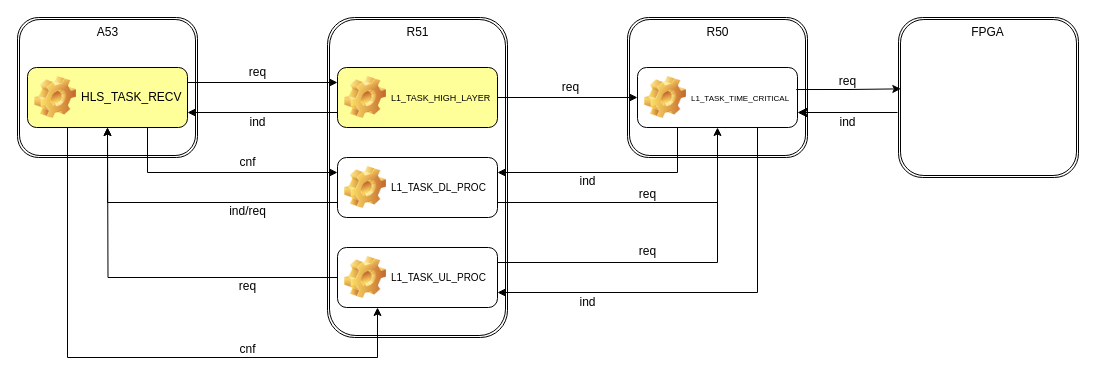
This is page "第 4 页" (4 of 14) of 1.drawio from wubobupt/drawio, a draw.io file, before an edit. Source tidied: cells renumbered, new cells numbered last; positions are measured from the earlier drawing's top-left corner, leaving out a move shared by most shapes. Both pictures are drawn from the tidied source at 100%, with x=0, y=0 at pixel (17, 17).
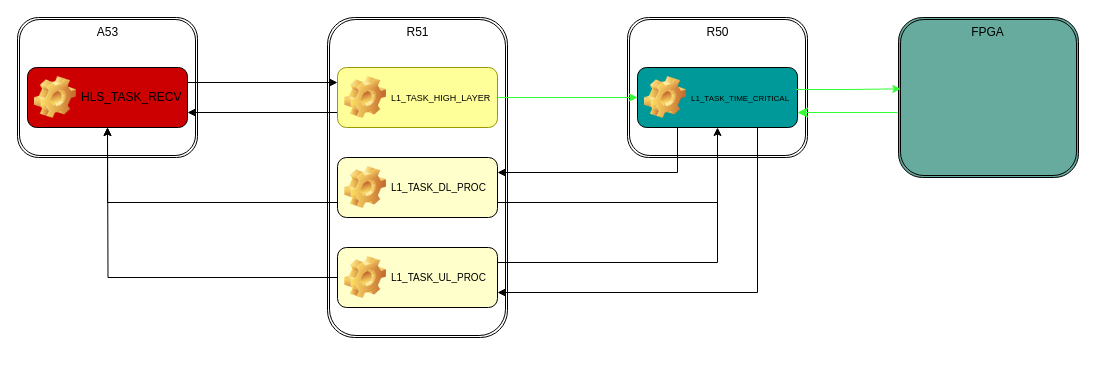
After the change.

Diff of the diagram source:
```diff
@@
-    <mxCell id="7" style="edgeStyle=orthogonalEdgeStyle;rounded=0;jettySize=auto;html=1;exitX=0.75;exitY=1;exitDx=0;exitDy=0;entryX=0;entryY=0.25;entryDx=0;entryDy=0;" parent="1" edge="1" source="9" target="14">
-      <mxGeometry relative="1" as="geometry" />
-    </mxCell>
-    <mxCell id="8" style="edgeStyle=orthogonalEdgeStyle;rounded=0;jettySize=auto;html=1;exitX=0.25;exitY=1;exitDx=0;exitDy=0;entryX=0.25;entryY=1;entryDx=0;entryDy=0;" parent="1" edge="1" source="9" target="16">
-      <mxGeometry relative="1" as="geometry">
-        <Array as="points">
-          <mxPoint x="50" y="340" />
-          <mxPoint x="360" y="340" />
-        </Array>
-      </mxGeometry>
-    </mxCell>
-    <mxCell id="9" value="&lt;span style=&quot;font-weight: 400; text-align: center; text-wrap: nowrap;&quot;&gt;HLS_TASK_RECV&lt;/span&gt;" style="label;whiteSpace=wrap;html=1;image=img/clipart/Gear_128x128.png;labelBackgroundColor=none;fillColor=#FFFF99;" parent="1" vertex="1">
+    <mxCell id="9" value="&lt;span style=&quot;font-weight: 400; text-align: center; text-wrap: nowrap;&quot;&gt;HLS_TASK_RECV&lt;/span&gt;" style="label;whiteSpace=wrap;html=1;image=img/clipart/Gear_128x128.png;labelBackgroundColor=none;fillColor=#CC0000;strokeColor=default;" parent="1" vertex="1">
       <mxGeometry x="10" y="50" width="160" height="60" as="geometry" />
     </mxCell>
@@
-    <mxCell id="11" value="&lt;span style=&quot;font-weight: 400; text-align: center; text-wrap: nowrap;&quot;&gt;&lt;font style=&quot;font-size: 9px;&quot;&gt;L1_TASK_HIGH_LAYER&lt;/font&gt;&lt;/span&gt;" style="label;whiteSpace=wrap;html=1;image=img/clipart/Gear_128x128.png;labelBackgroundColor=none;fillColor=#FFFF99;" parent="1" vertex="1">
+    <mxCell id="11" value="&lt;span style=&quot;font-weight: 400; text-align: center; text-wrap: nowrap;&quot;&gt;&lt;font style=&quot;font-size: 9px;&quot;&gt;L1_TASK_HIGH_LAYER&lt;/font&gt;&lt;/span&gt;" style="label;whiteSpace=wrap;html=1;image=img/clipart/Gear_128x128.png;labelBackgroundColor=none;fillColor=#FFFF99;strokeColor=#999900;" parent="1" vertex="1">
       <mxGeometry x="320" y="50" width="160" height="60" as="geometry" />
     </mxCell>
@@
-    <mxCell id="14" value="&lt;span style=&quot;font-weight: 400; text-align: center; text-wrap: nowrap;&quot;&gt;&lt;font style=&quot;font-size: 10px;&quot;&gt;L1_TASK_DL_PROC&lt;/font&gt;&lt;/span&gt;" style="label;whiteSpace=wrap;html=1;image=img/clipart/Gear_128x128.png;labelBackgroundColor=none;" parent="1" vertex="1">
+    <mxCell id="14" value="&lt;span style=&quot;font-weight: 400; text-align: center; text-wrap: nowrap;&quot;&gt;&lt;font style=&quot;font-size: 10px;&quot;&gt;L1_TASK_DL_PROC&lt;/font&gt;&lt;/span&gt;" style="label;whiteSpace=wrap;html=1;image=img/clipart/Gear_128x128.png;labelBackgroundColor=none;fillColor=#FFFFCC;" parent="1" vertex="1">
       <mxGeometry x="320" y="140" width="160" height="60" as="geometry" />
     </mxCell>
@@
-    <mxCell id="16" value="&lt;span style=&quot;font-weight: 400; text-align: center; text-wrap: nowrap;&quot;&gt;&lt;font style=&quot;font-size: 10px;&quot;&gt;L1_TASK_UL_PROC&lt;/font&gt;&lt;/span&gt;" style="label;whiteSpace=wrap;html=1;image=img/clipart/Gear_128x128.png;labelBackgroundColor=none;" parent="1" vertex="1">
+    <mxCell id="16" value="&lt;span style=&quot;font-weight: 400; text-align: center; text-wrap: nowrap;&quot;&gt;&lt;font style=&quot;font-size: 10px;&quot;&gt;L1_TASK_UL_PROC&lt;/font&gt;&lt;/span&gt;" style="label;whiteSpace=wrap;html=1;image=img/clipart/Gear_128x128.png;labelBackgroundColor=none;fillColor=#FFFFCC;" parent="1" vertex="1">
       <mxGeometry x="320" y="230" width="160" height="60" as="geometry" />
     </mxCell>
@@
-    <mxCell id="20" value="&lt;span style=&quot;font-weight: 400; text-align: center; text-wrap: nowrap;&quot;&gt;&lt;font style=&quot;font-size: 8px;&quot;&gt;L1_TASK_TIME_CRITICAL&lt;/font&gt;&lt;/span&gt;" style="label;whiteSpace=wrap;html=1;image=img/clipart/Gear_128x128.png;labelBackgroundColor=none;" parent="1" vertex="1">
+    <mxCell id="20" value="&lt;span style=&quot;font-weight: 400; text-align: center; text-wrap: nowrap;&quot;&gt;&lt;font style=&quot;font-size: 8px;&quot;&gt;L1_TASK_TIME_CRITICAL&lt;/font&gt;&lt;/span&gt;" style="label;whiteSpace=wrap;html=1;image=img/clipart/Gear_128x128.png;labelBackgroundColor=none;strokeColor=default;fillColor=#009999;" parent="1" vertex="1">
       <mxGeometry x="620" y="50" width="160" height="60" as="geometry" />
     </mxCell>
-    <mxCell id="21" style="shape=ext;double=1;rounded=1;whiteSpace=wrap;html=1;labelBackgroundColor=none;" parent="1" vertex="1">
+    <mxCell id="21" style="shape=ext;double=1;rounded=1;whiteSpace=wrap;html=1;labelBackgroundColor=none;fillColor=#67AB9F;" parent="1" vertex="1">
       <mxGeometry x="881" width="180" height="160" as="geometry" />
     </mxCell>
@@
-    <mxCell id="23" value="req" style="text;html=1;align=center;verticalAlign=middle;strokeColor=none;fillColor=none;" parent="1" vertex="1">
-      <mxGeometry x="220" y="40" width="40" height="30" as="geometry" />
-    </mxCell>
-    <mxCell id="24" value="ind" style="text;html=1;align=center;verticalAlign=middle;strokeColor=none;fillColor=none;" parent="1" vertex="1">
-      <mxGeometry x="220" y="90" width="40" height="30" as="geometry" />
-    </mxCell>
-    <mxCell id="25" style="edgeStyle=orthogonalEdgeStyle;rounded=0;jettySize=auto;html=1;exitX=1;exitY=0.5;exitDx=0;exitDy=0;entryX=0;entryY=0.5;entryDx=0;entryDy=0;" parent="1" edge="1" source="11" target="20">
+    <mxCell id="25" style="edgeStyle=orthogonalEdgeStyle;rounded=0;jettySize=auto;html=1;exitX=1;exitY=0.5;exitDx=0;exitDy=0;entryX=0;entryY=0.5;entryDx=0;entryDy=0;strokeColor=#33FF33;" parent="1" edge="1" source="11" target="20">
       <mxGeometry relative="1" as="geometry" />
     </mxCell>
-    <mxCell id="26" value="req" style="text;html=1;align=center;verticalAlign=middle;strokeColor=none;fillColor=none;" parent="1" vertex="1">
-      <mxGeometry x="533" y="55" width="40" height="30" as="geometry" />
-    </mxCell>
@@
-    <mxCell id="28" value="ind" style="text;html=1;align=center;verticalAlign=middle;strokeColor=none;fillColor=none;" parent="1" vertex="1">
-      <mxGeometry x="550" y="149" width="40" height="30" as="geometry" />
-    </mxCell>
-    <mxCell id="29" value="ind" style="text;html=1;align=center;verticalAlign=middle;strokeColor=none;fillColor=none;" parent="1" vertex="1">
-      <mxGeometry x="550" y="270" width="40" height="30" as="geometry" />
-    </mxCell>
-    <mxCell id="30" style="edgeStyle=orthogonalEdgeStyle;rounded=0;jettySize=auto;html=1;exitX=0.992;exitY=0.367;exitDx=0;exitDy=0;entryX=0.013;entryY=0.446;entryDx=0;entryDy=0;exitPerimeter=0;entryPerimeter=0;" parent="1" edge="1" source="20" target="21">
+    <mxCell id="30" style="edgeStyle=orthogonalEdgeStyle;rounded=0;jettySize=auto;html=1;exitX=0.992;exitY=0.367;exitDx=0;exitDy=0;entryX=0.013;entryY=0.446;entryDx=0;entryDy=0;exitPerimeter=0;entryPerimeter=0;strokeColor=#33FF33;" parent="1" edge="1" source="20" target="21">
       <mxGeometry relative="1" as="geometry" />
     </mxCell>
-    <mxCell id="31" style="edgeStyle=segmentEdgeStyle;endArrow=classic;html=1;curved=0;rounded=0;endSize=8;startSize=8;entryX=1;entryY=0.75;entryDx=0;entryDy=0;" parent="1" edge="1" target="20">
+    <mxCell id="31" style="edgeStyle=segmentEdgeStyle;endArrow=classic;html=1;curved=0;rounded=0;endSize=8;startSize=8;entryX=1;entryY=0.75;entryDx=0;entryDy=0;strokeColor=#33FF33;" parent="1" edge="1" target="20">
       <mxGeometry relative="1" as="geometry">
         <mxPoint x="880" y="95" as="sourcePoint" />
         <Array as="points">
           <mxPoint x="880" y="95" />
         </Array>
       </mxGeometry>
     </mxCell>
-    <mxCell id="32" value="req" style="text;html=1;align=center;verticalAlign=middle;strokeColor=none;fillColor=none;" parent="1" vertex="1">
-      <mxGeometry x="810" y="49" width="40" height="30" as="geometry" />
-    </mxCell>
-    <mxCell id="33" value="ind" style="text;html=1;align=center;verticalAlign=middle;strokeColor=none;fillColor=none;" parent="1" vertex="1">
-      <mxGeometry x="810" y="90" width="40" height="30" as="geometry" />
-    </mxCell>
-    <mxCell id="34" value="ind/req" style="text;html=1;align=center;verticalAlign=middle;strokeColor=none;fillColor=none;" parent="1" vertex="1">
-      <mxGeometry x="200" y="179" width="60" height="30" as="geometry" />
-    </mxCell>
-    <mxCell id="35" value="req" style="text;html=1;align=center;verticalAlign=middle;strokeColor=none;fillColor=none;" parent="1" vertex="1">
-      <mxGeometry x="210" y="254" width="40" height="30" as="geometry" />
-    </mxCell>
-    <mxCell id="36" value="cnf" style="text;html=1;align=center;verticalAlign=middle;strokeColor=none;fillColor=none;" parent="1" vertex="1">
-      <mxGeometry x="210" y="130" width="40" height="30" as="geometry" />
-    </mxCell>
-    <mxCell id="37" value="cnf" style="text;html=1;align=center;verticalAlign=middle;strokeColor=none;fillColor=none;" parent="1" vertex="1">
-      <mxGeometry x="210" y="317" width="40" height="30" as="geometry" />
-    </mxCell>
@@
-    <mxCell id="39" value="req" style="text;html=1;align=center;verticalAlign=middle;strokeColor=none;fillColor=none;" parent="1" vertex="1">
-      <mxGeometry x="610" y="162" width="40" height="30" as="geometry" />
-    </mxCell>
-    <mxCell id="40" value="req" style="text;html=1;align=center;verticalAlign=middle;strokeColor=none;fillColor=none;" parent="1" vertex="1">
-      <mxGeometry x="610" y="219" width="40" height="30" as="geometry" />
-    </mxCell>
```
